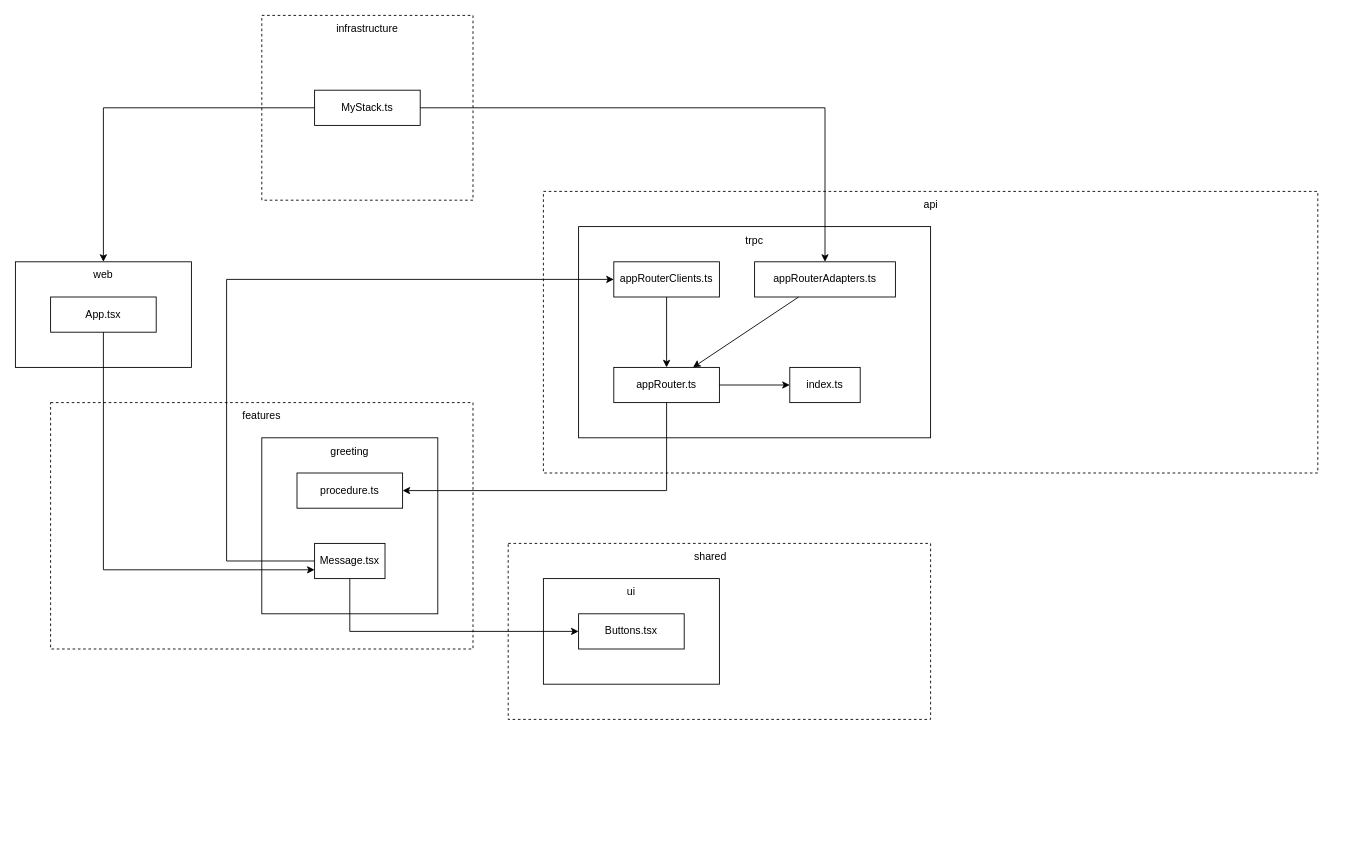
The draw.io diagram diagram.drawio in Sven1106/vertical-trpc-monorepo-sst, before the edit. Source tidied: cells renumbered, new cells numbered last; positions are measured from the earlier drawing's top-left corner, leaving out a move shared by most shapes. Both pictures are drawn from the tidied source at 88%, with x=0, y=0 at pixel (15, 15).
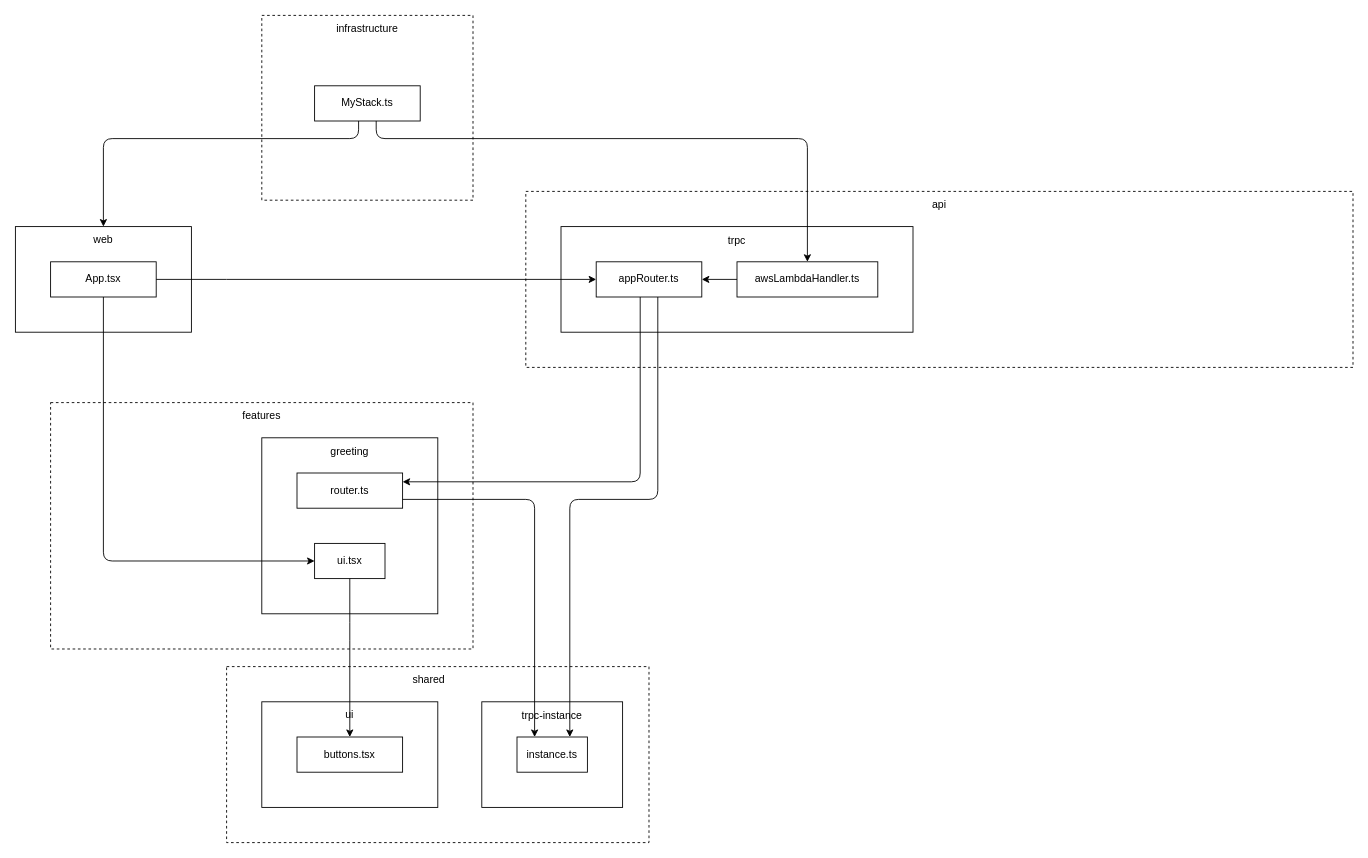
Above is the later version.

The change refers to these unchanged cells:
```xml
<mxCell id="17" style="group;dashed=1;" parent="1" vertex="1">
  <mxGeometry x="280" width="240" height="210" as="geometry" />
</mxCell>
<mxCell id="21" style="group;" parent="1" vertex="1">
  <mxGeometry x="280" y="480" width="200" height="200" as="geometry" />
</mxCell>
<mxCell id="27" style="rounded=0;whiteSpace=wrap;html=1;fillColor=none;" parent="26" vertex="1">
  <mxGeometry width="200" height="120" as="geometry" />
</mxCell>
<mxCell id="29" value="App.tsx" style="rounded=0;whiteSpace=wrap;html=1;" parent="26" vertex="1">
  <mxGeometry x="40" y="40" width="120" height="40" as="geometry" />
</mxCell>
```

Change to the diagram source:
```diff
@@
-    <mxCell id="2" style="group;" parent="1" vertex="1">
-      <mxGeometry x="600" y="200" width="880" height="320" as="geometry" />
-    </mxCell>
-    <mxCell id="3" style="rounded=0;whiteSpace=wrap;html=1;fillColor=none;dashed=1;" parent="2" vertex="1">
-      <mxGeometry width="880" height="320" as="geometry" />
-    </mxCell>
-    <mxCell id="4" value="api" style="text;html=1;strokeColor=none;fillColor=none;align=center;verticalAlign=middle;whiteSpace=wrap;rounded=0;" parent="2" vertex="1">
-      <mxGeometry x="385.6" width="108.8" height="30" as="geometry" />
-    </mxCell>
-    <mxCell id="5" style="group;" parent="2" vertex="1">
-      <mxGeometry x="40" y="40" width="400" height="240" as="geometry" />
-    </mxCell>
-    <mxCell id="6" style="rounded=0;whiteSpace=wrap;html=1;fillColor=none;" parent="5" vertex="1">
-      <mxGeometry width="400" height="240" as="geometry" />
-    </mxCell>
-    <mxCell id="7" value="appRouterClients.ts" style="rounded=0;whiteSpace=wrap;html=1;" parent="5" vertex="1">
-      <mxGeometry x="40" y="40" width="120" height="40" as="geometry" />
-    </mxCell>
-    <mxCell id="8" value="appRouterAdapters.ts" style="rounded=0;whiteSpace=wrap;html=1;" parent="5" vertex="1">
-      <mxGeometry x="200" y="40" width="160" height="40" as="geometry" />
-    </mxCell>
-    <mxCell id="9" value="index.ts" style="rounded=0;whiteSpace=wrap;html=1;" parent="5" vertex="1">
-      <mxGeometry x="240" y="160" width="80" height="40" as="geometry" />
-    </mxCell>
-    <mxCell id="10" value="appRouter.ts" style="rounded=0;whiteSpace=wrap;html=1;" parent="5" vertex="1">
-      <mxGeometry x="40" y="160" width="120" height="40" as="geometry" />
-    </mxCell>
-    <mxCell id="11" value="trpc" style="text;html=1;strokeColor=none;fillColor=none;align=center;verticalAlign=middle;whiteSpace=wrap;rounded=0;" parent="5" vertex="1">
-      <mxGeometry x="141.9" width="116.2" height="31.4" as="geometry" />
-    </mxCell>
-    <mxCell id="12" style="edgeStyle=orthogonalEdgeStyle;rounded=0;jettySize=auto;html=1;" parent="5" edge="1" source="10" target="9">
-      <mxGeometry relative="1" as="geometry" />
-    </mxCell>
-    <mxCell id="13" style="endArrow=classic;html=1;rounded=0;" parent="5" edge="1" source="7" target="10">
-      <mxGeometry relative="1" as="geometry" />
-    </mxCell>
-    <mxCell id="14" style="endArrow=classic;html=1;rounded=0;" parent="5" edge="1" source="8" target="10">
-      <mxGeometry relative="1" as="geometry" />
-    </mxCell>
+    <mxCell id="42" style="rounded=0;whiteSpace=wrap;html=1;fillColor=none;dashed=1;" parent="1" vertex="1">
+      <mxGeometry x="580" y="200" width="940" height="200" as="geometry" />
+    </mxCell>
@@
-    <mxCell id="16" style="rounded=0;whiteSpace=wrap;html=1;dashed=1;fillColor=none;" parent="1" vertex="1">
-      <mxGeometry x="560" y="600" width="480" height="200" as="geometry" />
-    </mxCell>
@@
     <mxCell id="20" value="MyStack.ts" style="rounded=0;whiteSpace=wrap;html=1;" parent="17" vertex="1">
-      <mxGeometry x="60" y="85" width="120" height="40" as="geometry" />
+      <mxGeometry x="60" y="80" width="120" height="40" as="geometry" />
     </mxCell>
@@
-    <mxCell id="23" value="Message.tsx" style="rounded=0;whiteSpace=wrap;html=1;" parent="21" vertex="1">
+    <mxCell id="23" value="ui.tsx" style="rounded=0;whiteSpace=wrap;html=1;" parent="21" vertex="1">
       <mxGeometry x="60" y="120" width="80" height="40" as="geometry" />
     </mxCell>
-    <mxCell id="24" value="procedure.ts" style="rounded=0;whiteSpace=wrap;html=1;" parent="21" vertex="1">
+    <mxCell id="24" value="router.ts" style="rounded=0;whiteSpace=wrap;html=1;" parent="21" vertex="1">
       <mxGeometry x="40" y="40" width="120" height="40" as="geometry" />
     </mxCell>
@@
     <mxCell id="26" style="group;" parent="1" vertex="1">
-      <mxGeometry y="280" width="200" height="120" as="geometry" />
+      <mxGeometry y="240" width="200" height="120" as="geometry" />
     </mxCell>
@@
-    <mxCell id="30" style="edgeStyle=orthogonalEdgeStyle;rounded=0;jettySize=auto;html=1;exitX=0.5;exitY=1;exitDx=0;exitDy=0;" parent="1" edge="1" source="29" target="23">
+    <mxCell id="30" style="edgeStyle=orthogonalEdgeStyle;jettySize=auto;html=1;exitX=0.5;exitY=1;exitDx=0;exitDy=0;rounded=1;entryX=0;entryY=0.5;entryDx=0;entryDy=0;" parent="1" edge="1" source="29" target="23">
       <mxGeometry relative="1" as="geometry">
         <Array as="points">
-          <mxPoint x="100" y="630" />
+          <mxPoint x="100" y="620" />
         </Array>
       </mxGeometry>
     </mxCell>
-    <mxCell id="31" style="edgeStyle=orthogonalEdgeStyle;rounded=0;jettySize=auto;html=1;exitX=0.5;exitY=1;exitDx=0;exitDy=0;entryX=1;entryY=0.5;entryDx=0;entryDy=0;" parent="1" edge="1" source="10" target="24">
+    <mxCell id="31" style="edgeStyle=orthogonalEdgeStyle;jettySize=auto;html=1;rounded=1;entryX=1;entryY=0.25;entryDx=0;entryDy=0;" parent="1" edge="1" source="10" target="24">
       <mxGeometry relative="1" as="geometry">
         <Array as="points">
-          <mxPoint x="740" y="540" />
+          <mxPoint x="710" y="530" />
         </Array>
       </mxGeometry>
     </mxCell>
-    <mxCell id="32" style="edgeStyle=orthogonalEdgeStyle;rounded=0;jettySize=auto;html=1;" parent="1" edge="1" source="23" target="41">
+    <mxCell id="32" style="edgeStyle=orthogonalEdgeStyle;jettySize=auto;html=1;rounded=1;" parent="1" edge="1" source="23" target="41">
       <mxGeometry relative="1" as="geometry">
         <Array as="points">
           <mxPoint x="380" y="700" />
         </Array>
       </mxGeometry>
     </mxCell>
-    <mxCell id="33" style="edgeStyle=orthogonalEdgeStyle;rounded=0;jettySize=auto;html=1;exitX=1;exitY=0.5;exitDx=0;exitDy=0;" parent="1" edge="1" source="20" target="8">
-      <mxGeometry relative="1" as="geometry" />
+    <mxCell id="33" style="edgeStyle=orthogonalEdgeStyle;rounded=1;jettySize=auto;html=1;" parent="1" edge="1" source="20" target="51">
+      <mxGeometry relative="1" as="geometry">
+        <Array as="points">
+          <mxPoint x="410" y="140" />
+          <mxPoint x="900" y="140" />
+        </Array>
+      </mxGeometry>
     </mxCell>
-    <mxCell id="34" style="edgeStyle=orthogonalEdgeStyle;rounded=0;jettySize=auto;html=1;" parent="1" edge="1" source="23" target="7">
-      <mxGeometry relative="1" as="geometry">
-        <Array as="points">
-          <mxPoint x="240" y="620" />
-          <mxPoint x="240" y="300" />
-        </Array>
-      </mxGeometry>
-    </mxCell>
-    <mxCell id="35" style="edgeStyle=orthogonalEdgeStyle;rounded=0;jettySize=auto;html=1;" parent="1" edge="1" source="20" target="27">
-      <mxGeometry relative="1" as="geometry" />
+    <mxCell id="35" style="edgeStyle=orthogonalEdgeStyle;jettySize=auto;html=1;rounded=1;" parent="1" edge="1" source="20" target="27">
+      <mxGeometry relative="1" as="geometry">
+        <Array as="points">
+          <mxPoint x="390" y="140" />
+          <mxPoint x="100" y="140" />
+        </Array>
+      </mxGeometry>
     </mxCell>
@@
+    <mxCell id="43" style="edgeStyle=orthogonalEdgeStyle;jettySize=auto;html=1;exitX=1;exitY=0.75;exitDx=0;exitDy=0;rounded=1;entryX=0.25;entryY=0;entryDx=0;entryDy=0;" parent="1" edge="1" source="24" target="9">
+      <mxGeometry relative="1" as="geometry">
+        <Array as="points">
+          <mxPoint x="590" y="550" />
+        </Array>
+      </mxGeometry>
+    </mxCell>
+    <mxCell id="44" style="edgeStyle=orthogonalEdgeStyle;rounded=1;jettySize=auto;html=1;entryX=0;entryY=0.5;entryDx=0;entryDy=0;" parent="1" edge="1" source="29" target="10">
+      <mxGeometry relative="1" as="geometry">
+        <Array as="points">
+          <mxPoint x="230" y="300" />
+          <mxPoint x="230" y="300" />
+        </Array>
+      </mxGeometry>
+    </mxCell>
+    <mxCell id="12" style="edgeStyle=orthogonalEdgeStyle;rounded=1;jettySize=auto;html=1;entryX=0.75;entryY=0;entryDx=0;entryDy=0;" parent="1" edge="1" source="10" target="9">
+      <mxGeometry relative="1" as="geometry">
+        <Array as="points">
+          <mxPoint x="730" y="550" />
+          <mxPoint x="630" y="550" />
+        </Array>
+      </mxGeometry>
+    </mxCell>
+    <mxCell id="4" value="api" style="text;html=1;strokeColor=none;fillColor=none;align=center;verticalAlign=middle;whiteSpace=wrap;rounded=0;" parent="1" vertex="1">
+      <mxGeometry x="990" y="200" width="120" height="30" as="geometry" />
+    </mxCell>
+    <mxCell id="45" style="group;" parent="1" vertex="1">
+      <mxGeometry x="280" y="740" width="440" height="200" as="geometry" />
+    </mxCell>
-    <mxCell id="37" value="shared" style="text;html=1;strokeColor=none;fillColor=none;align=center;verticalAlign=middle;whiteSpace=wrap;rounded=0;" parent="1" vertex="1">
-      <mxGeometry x="760" y="600" width="60" height="30" as="geometry" />
+    <mxCell id="37" value="shared" style="text;html=1;strokeColor=none;fillColor=none;align=center;verticalAlign=middle;whiteSpace=wrap;rounded=0;" parent="45" vertex="1">
+      <mxGeometry x="160" width="60" height="30" as="geometry" />
     </mxCell>
-    <mxCell id="38" style="group;" parent="1" vertex="1">
-      <mxGeometry x="600" y="640" width="200" height="120" as="geometry" />
+    <mxCell id="38" style="group;" parent="45" vertex="1">
+      <mxGeometry y="40" width="440" height="160" as="geometry" />
     </mxCell>
@@
-    <mxCell id="41" value="Buttons.tsx" style="rounded=0;whiteSpace=wrap;html=1;fontStyle=0;" parent="38" vertex="1">
+    <mxCell id="41" value="buttons.tsx" style="rounded=0;whiteSpace=wrap;html=1;fontStyle=0;" parent="38" vertex="1">
       <mxGeometry x="40" y="40" width="120" height="40" as="geometry" />
     </mxCell>
+    <mxCell id="16" style="rounded=0;whiteSpace=wrap;html=1;dashed=1;fillColor=none;" parent="38" vertex="1">
+      <mxGeometry x="-40" y="-40" width="480" height="200" as="geometry" />
+    </mxCell>
+    <mxCell id="46" style="group;" parent="38" vertex="1">
+      <mxGeometry x="250" width="160" height="120" as="geometry" />
+    </mxCell>
+    <mxCell id="47" style="rounded=0;whiteSpace=wrap;html=1;fillColor=none;" parent="46" vertex="1">
+      <mxGeometry width="160" height="120" as="geometry" />
+    </mxCell>
+    <mxCell id="9" value="instance.ts" style="rounded=0;whiteSpace=wrap;html=1;" parent="46" vertex="1">
+      <mxGeometry x="40" y="40" width="80" height="40" as="geometry" />
+    </mxCell>
+    <mxCell id="48" value="trpc-instance" style="text;html=1;strokeColor=none;fillColor=none;align=center;verticalAlign=middle;whiteSpace=wrap;rounded=0;" parent="46" vertex="1">
+      <mxGeometry x="21.9" width="116.2" height="31.4" as="geometry" />
+    </mxCell>
+    <mxCell id="49" style="group;" parent="1" vertex="1">
+      <mxGeometry x="620" y="240" width="400" height="120" as="geometry" />
+    </mxCell>
+    <mxCell id="50" style="rounded=0;whiteSpace=wrap;html=1;fillColor=none;" parent="49" vertex="1">
+      <mxGeometry width="400" height="120" as="geometry" />
+    </mxCell>
+    <mxCell id="10" value="appRouter.ts" style="rounded=0;whiteSpace=wrap;html=1;" parent="49" vertex="1">
+      <mxGeometry x="40" y="40" width="120" height="40" as="geometry" />
+    </mxCell>
+    <mxCell id="11" value="trpc" style="text;html=1;strokeColor=none;fillColor=none;align=center;verticalAlign=middle;whiteSpace=wrap;rounded=0;" parent="49" vertex="1">
+      <mxGeometry x="141.9" width="116.2" height="31.4" as="geometry" />
+    </mxCell>
+    <mxCell id="51" value="awsLambdaHandler.ts" style="rounded=0;whiteSpace=wrap;html=1;" parent="49" vertex="1">
+      <mxGeometry x="200" y="40" width="160" height="40" as="geometry" />
+    </mxCell>
+    <mxCell id="52" style="edgeStyle=none;html=1;" parent="49" edge="1" source="51" target="10">
+      <mxGeometry relative="1" as="geometry" />
+    </mxCell>
```
